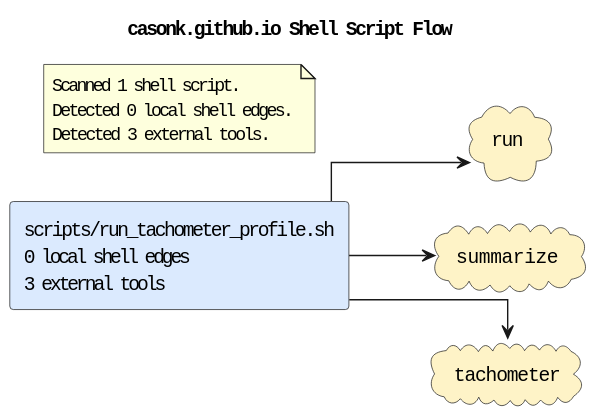
The PlantUML diagram docs/diagrams/shell-call-graph.puml.svg in casonk/casonk.github.io, before a commit.
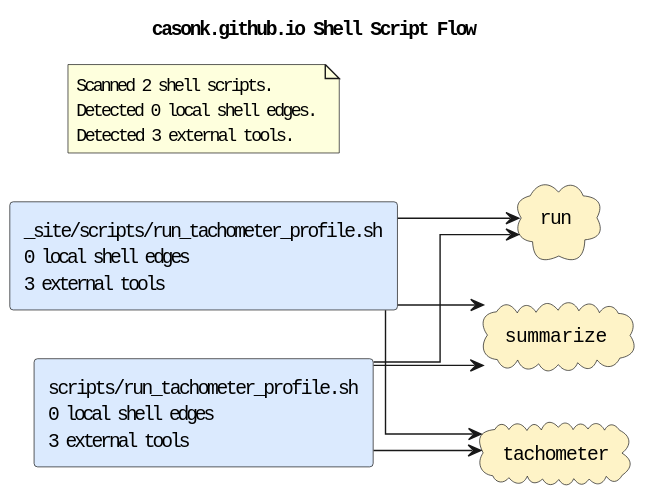
After the change.

The edit, as a diff of the source:
```diff
@@ -5,6 +5,7 @@
 skinparam defaultFontName Monospace
 skinparam componentStyle rectangle
 skinparam linetype ortho
+rectangle "_site/scripts/run_tachometer_profile.sh\n0 local shell edges\n3 external tools" as shell_site_scripts_run_tachometer_profile_sh #DBEAFE
 rectangle "scripts/run_tachometer_profile.sh\n0 local shell edges\n3 external tools" as shell_scripts_run_tachometer_profile_sh #DBEAFE
 cloud "run" as tool_run #FEF3C7
 cloud "summarize" as tool_summarize #FEF3C7
@@ -12,8 +13,11 @@
 shell_scripts_run_tachometer_profile_sh --> tool_run
 shell_scripts_run_tachometer_profile_sh --> tool_summarize
 shell_scripts_run_tachometer_profile_sh --> tool_tachometer
+shell_site_scripts_run_tachometer_profile_sh --> tool_run
+shell_site_scripts_run_tachometer_profile_sh --> tool_summarize
+shell_site_scripts_run_tachometer_profile_sh --> tool_tachometer
 note as shellGraphSummary
-Scanned 1 shell script.
+Scanned 2 shell scripts.
 Detected 0 local shell edges.
 Detected 3 external tools.
 end note
```
